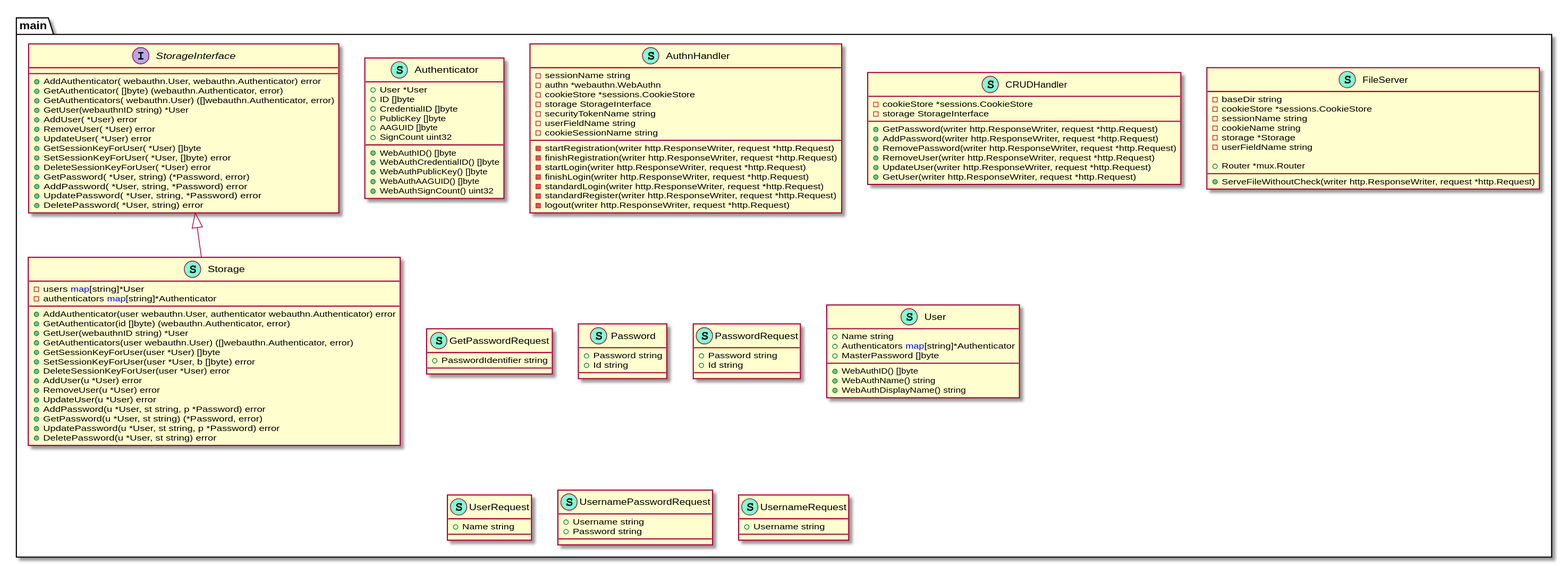
keycloud/keycloud keeps this PlantUML diagram as doc/backend/ClassDiagram.svg. Above is the earlier version.
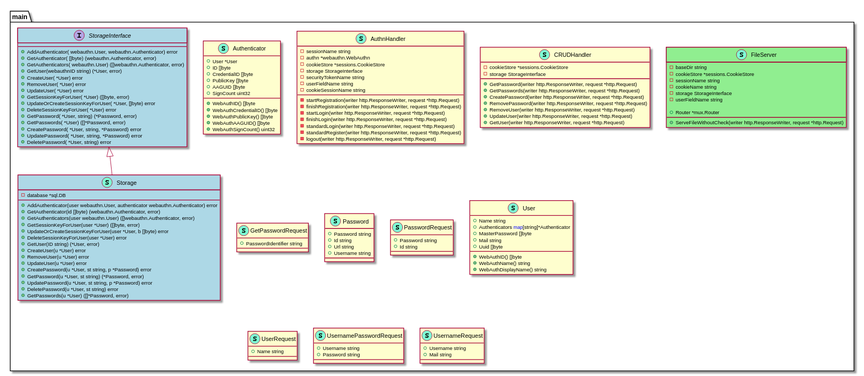
After the change.

The edit, as a diff of the source:
```diff
@@ -38,19 +38,20 @@
         - storage StorageInterface
 
         + GetPassword(writer http.ResponseWriter, request *http.Request)
-        + AddPassword(writer http.ResponseWriter, request *http.Request)
+        + GetPasswords(writer http.ResponseWriter, request *http.Request)
+        + CreatePassword(writer http.ResponseWriter, request *http.Request)
         + RemovePassword(writer http.ResponseWriter, request *http.Request)
         + RemoveUser(writer http.ResponseWriter, request *http.Request)
         + UpdateUser(writer http.ResponseWriter, request *http.Request)
         + GetUser(writer http.ResponseWriter, request *http.Request)
 
     }
-    class FileServer << (S,Aquamarine) >> {
+    class FileServer << (S,Aquamarine) >> #lightgreen{
         - baseDir string
         - cookieStore *sessions.CookieStore
         - sessionName string
         - cookieName string
-        - storage *Storage
+        - storage StorageInterface
         - userFieldName string
 
         + Router *mux.Router
@@ -65,6 +66,8 @@
     class Password << (S,Aquamarine) >> {
         + Password string
         + Id string
+        + Url string
+        + Username string
 
     }
     class PasswordRequest << (S,Aquamarine) >> {
@@ -72,39 +75,40 @@
         + Id string
 
     }
-    class Storage << (S,Aquamarine) >> {
-        - users <font color=blue>map</font>[string]*User
-        - authenticators <font color=blue>map</font>[string]*Authenticator
+    class Storage << (S,Aquamarine) >> #lightblue{
+        - database *sql.DB
 
         + AddAuthenticator(user webauthn.User, authenticator webauthn.Authenticator) error
         + GetAuthenticator(id []byte) (webauthn.Authenticator, error)
-        + GetUser(webauthnID string) *User
         + GetAuthenticators(user webauthn.User) ([]webauthn.Authenticator, error)
-        + GetSessionKeyForUser(user *User) []byte
-        + SetSessionKeyForUser(user *User, b []byte) error
+        + GetSessionKeyForUser(user *User) ([]byte, error)
+        + UpdateOrCreateSessionKeyForUser(user *User, b []byte) error
         + DeleteSessionKeyForUser(user *User) error
-        + AddUser(u *User) error
+        + GetUser(ID string) (*User, error)
+        + CreateUser(u *User) error
         + RemoveUser(u *User) error
         + UpdateUser(u *User) error
-        + AddPassword(u *User, st string, p *Password) error
+        + CreatePassword(u *User, st string, p *Password) error
         + GetPassword(u *User, st string) (*Password, error)
         + UpdatePassword(u *User, st string, p *Password) error
         + DeletePassword(u *User, st string) error
+        + GetPasswords(u *User) ([]*Password, error)
 
     }
-    interface StorageInterface  {
+    interface StorageInterface #lightblue{
         + AddAuthenticator( webauthn.User,  webauthn.Authenticator) error
         + GetAuthenticator( []byte) (webauthn.Authenticator, error)
         + GetAuthenticators( webauthn.User) ([]webauthn.Authenticator, error)
-        + GetUser(webauthnID string) *User
-        + AddUser( *User) error
+        + GetUser(webauthnID string) (*User, error)
+        + CreateUser( *User) error
         + RemoveUser( *User) error
         + UpdateUser( *User) error
-        + GetSessionKeyForUser( *User) []byte
-        + SetSessionKeyForUser( *User,  []byte) error
+        + GetSessionKeyForUser( *User) ([]byte, error)
+        + UpdateOrCreateSessionKeyForUser( *User,  []byte) error
         + DeleteSessionKeyForUser( *User) error
         + GetPassword( *User,  string) (*Password, error)
-        + AddPassword( *User,  string,  *Password) error
+        + GetPasswords( *User) ([]*Password, error)
+        + CreatePassword( *User,  string,  *Password) error
         + UpdatePassword( *User,  string,  *Password) error
         + DeletePassword( *User,  string) error
 
@@ -113,6 +117,8 @@
         + Name string
         + Authenticators <font color=blue>map</font>[string]*Authenticator
         + MasterPassword []byte
+        + Mail string
+        + Uuid []byte
 
         + WebAuthID() []byte
         + WebAuthName() string
@@ -130,9 +136,11 @@
     }
     class UsernameRequest << (S,Aquamarine) >> {
         + Username string
+        + Mail string
 
     }
 }
 
 "main.StorageInterface" <|-- "main.Storage"
+
 @enduml
```
